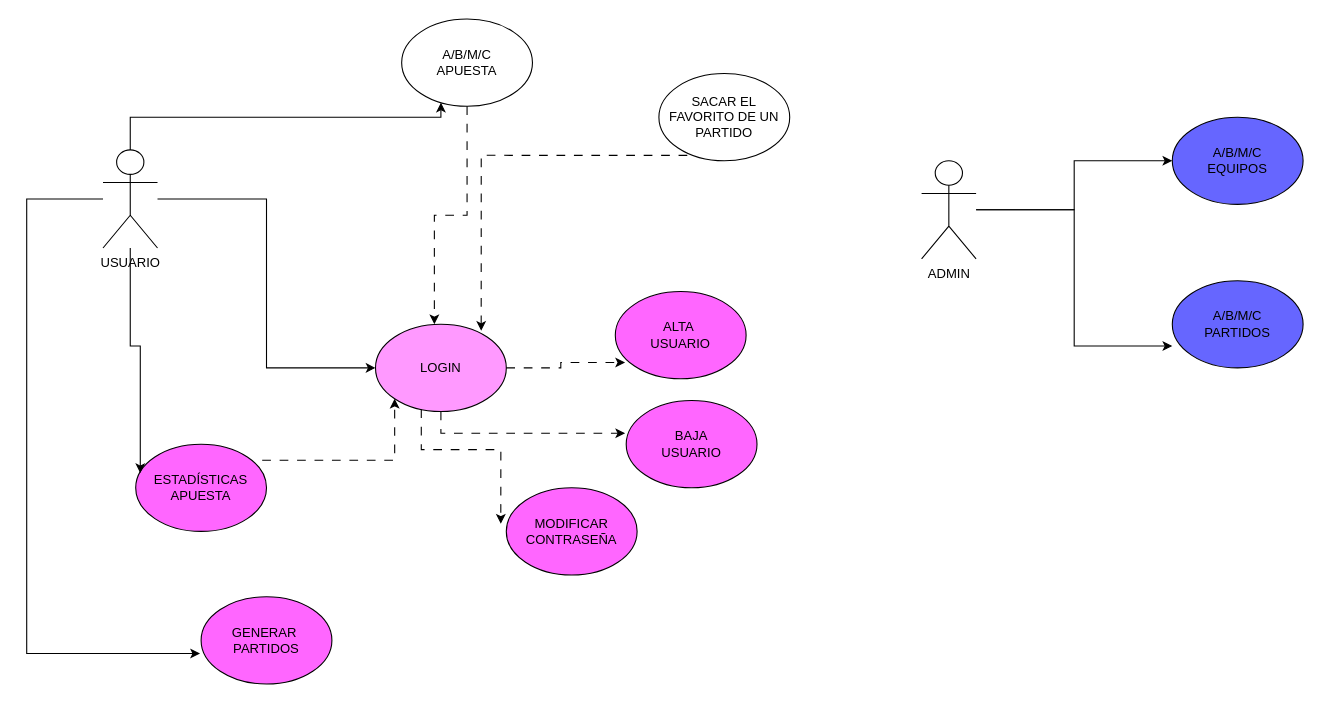
The draw.io diagram appapuestas/Casos de USO Apuestas.drawio in Valexx55/sanblasjava, before the edit. Source tidied: cells renumbered, new cells numbered last; positions are measured from the earlier drawing's top-left corner, leaving out a move shared by most shapes. Both pictures are drawn from the tidied source at 109%, with x=0, y=0 at pixel (26, 19).
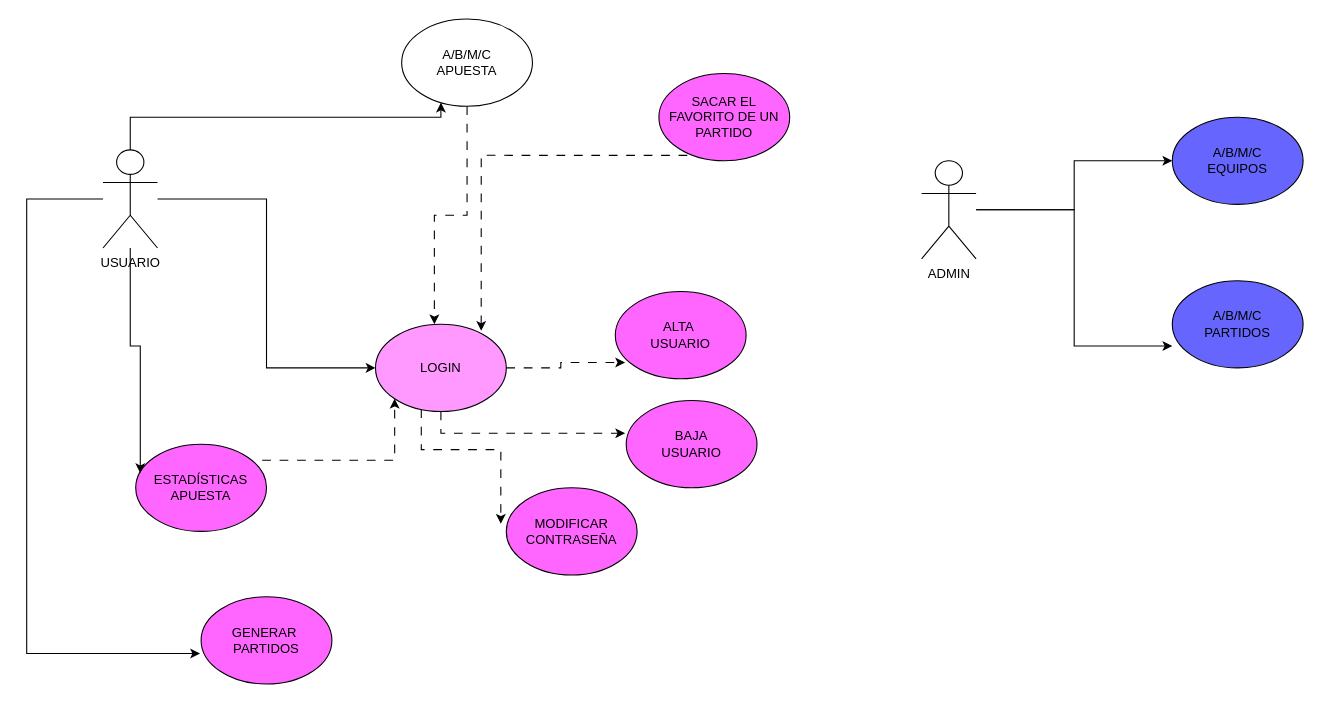
The same diagram, later.

The edit, as a diff of the source:
```diff
@@
-    <mxCell id="6" value="SACAR EL FAVORITO DE UN PARTIDO" style="ellipse;whiteSpace=wrap;html=1;" parent="1" vertex="1">
+    <mxCell id="6" value="SACAR EL FAVORITO DE UN PARTIDO" style="ellipse;whiteSpace=wrap;html=1;fillColor=#FF66FF;" parent="1" vertex="1">
       <mxGeometry x="580" y="50" width="120" height="80" as="geometry" />
     </mxCell>
```
